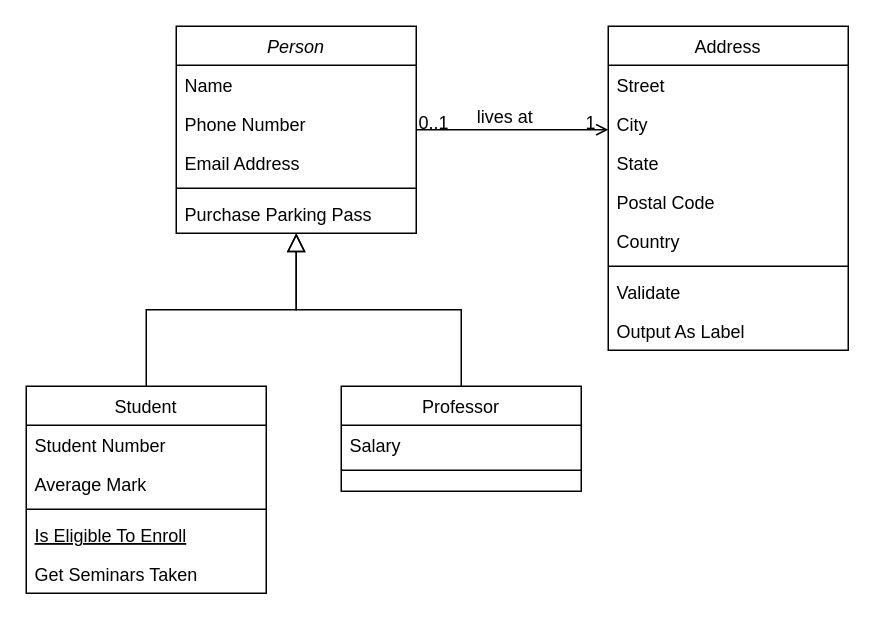
Above: Untitled Diagram.drawio in edgarg7/CSCI-360-Software-Development-Project (draw.io), before the change. Source tidied: cells renumbered, new cells numbered last; positions are measured from the earlier drawing's top-left corner, leaving out a move shared by most shapes. Both pictures are drawn from the tidied source at 150%, with x=0, y=0 at pixel (26, 26).
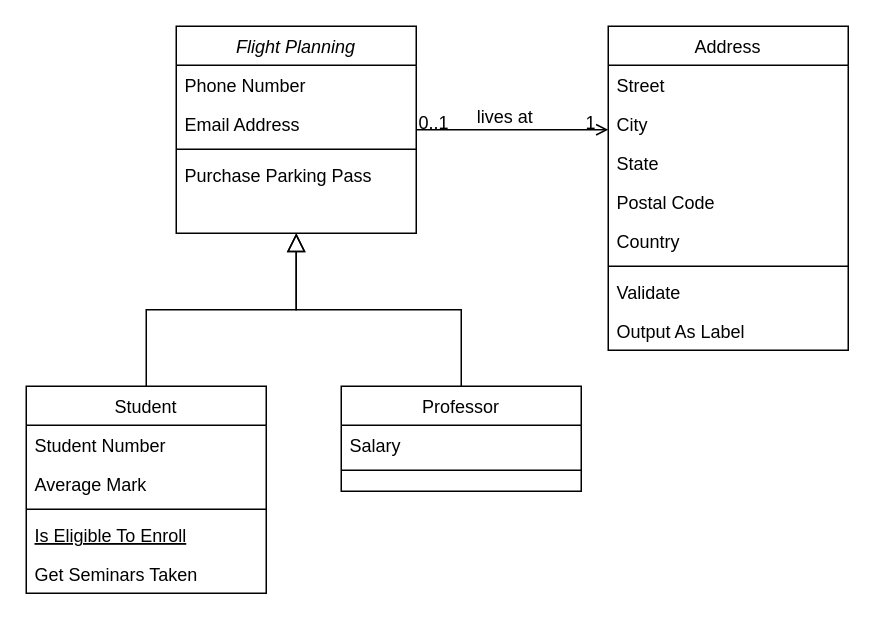
Above is the later version.

Commit message:
Flight Planning Class Diagram

What changed in the source:
```diff
@@
-    <mxCell id="2" value="Person" style="swimlane;fontStyle=2;align=center;verticalAlign=top;horizontal=1;startSize=26;rounded=0;shadow=0;strokeWidth=1;" parent="1" vertex="1">
+    <mxCell id="2" value="Flight Planning" style="swimlane;fontStyle=2;align=center;verticalAlign=top;horizontal=1;startSize=26;rounded=0;shadow=0;strokeWidth=1;" parent="1" vertex="1">
       <mxGeometry x="100" width="160" height="138" as="geometry" />
     </mxCell>
-    <mxCell id="3" value="Name" style="text;align=left;verticalAlign=top;spacingLeft=4;spacingRight=4;overflow=hidden;" parent="2" vertex="1">
-      <mxGeometry y="26" width="160" height="26" as="geometry" />
-    </mxCell>
     <mxCell id="4" value="Phone Number" style="text;align=left;verticalAlign=top;spacingLeft=4;spacingRight=4;overflow=hidden;rounded=0;shadow=0;html=0;" parent="2" vertex="1">
-      <mxGeometry y="52" width="160" height="26" as="geometry" />
+      <mxGeometry y="26" width="160" height="26" as="geometry" />
     </mxCell>
     <mxCell id="5" value="Email Address" style="text;align=left;verticalAlign=top;spacingLeft=4;spacingRight=4;overflow=hidden;rounded=0;shadow=0;html=0;" parent="2" vertex="1">
-      <mxGeometry y="78" width="160" height="26" as="geometry" />
+      <mxGeometry y="52" width="160" height="26" as="geometry" />
     </mxCell>
     <mxCell id="6" style="line;html=1;strokeWidth=1;align=left;verticalAlign=middle;spacingTop=-1;spacingLeft=3;spacingRight=3;labelPosition=right;" parent="2" vertex="1">
-      <mxGeometry y="104" width="160" height="8" as="geometry" />
+      <mxGeometry y="78" width="160" height="8" as="geometry" />
     </mxCell>
     <mxCell id="7" value="Purchase Parking Pass" style="text;align=left;verticalAlign=top;spacingLeft=4;spacingRight=4;overflow=hidden;" parent="2" vertex="1">
-      <mxGeometry y="112" width="160" height="26" as="geometry" />
+      <mxGeometry y="86" width="160" height="26" as="geometry" />
     </mxCell>
```
